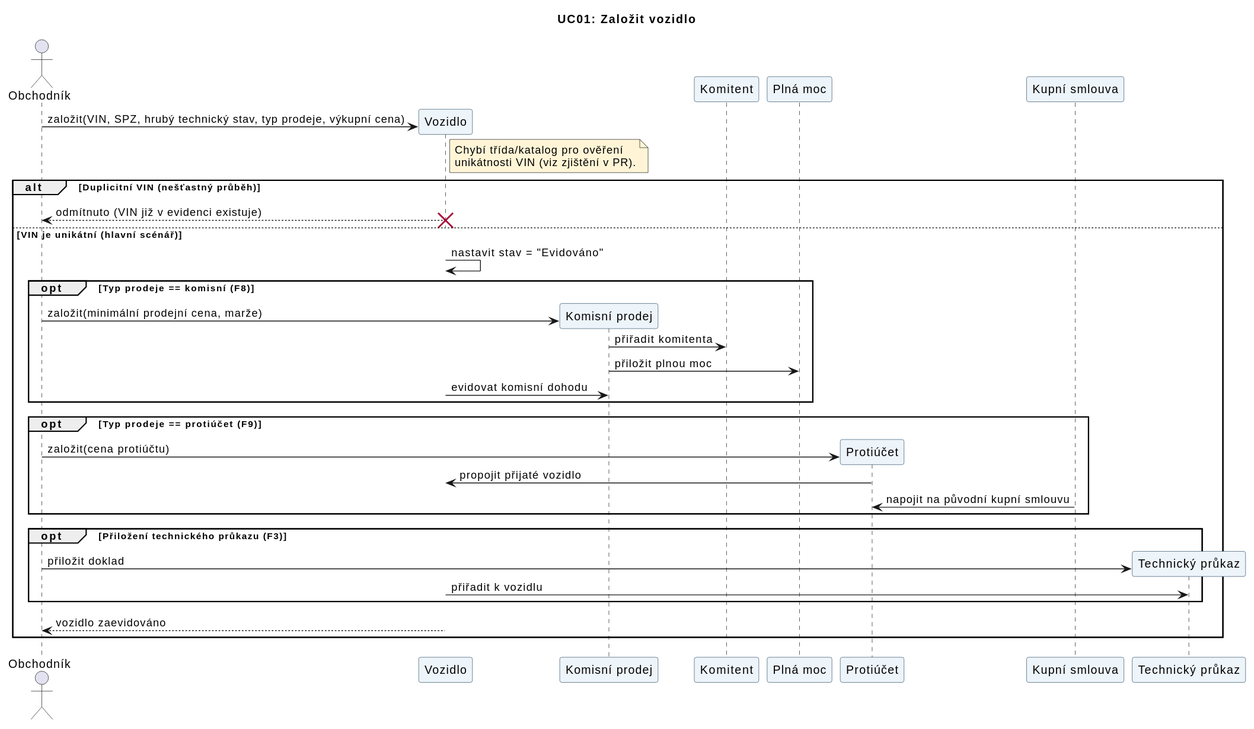
Above: diagrams/seq-uc01-zalozit-vozidlo.svg in Svoby25/is_autobazar (PlantUML), before the change.
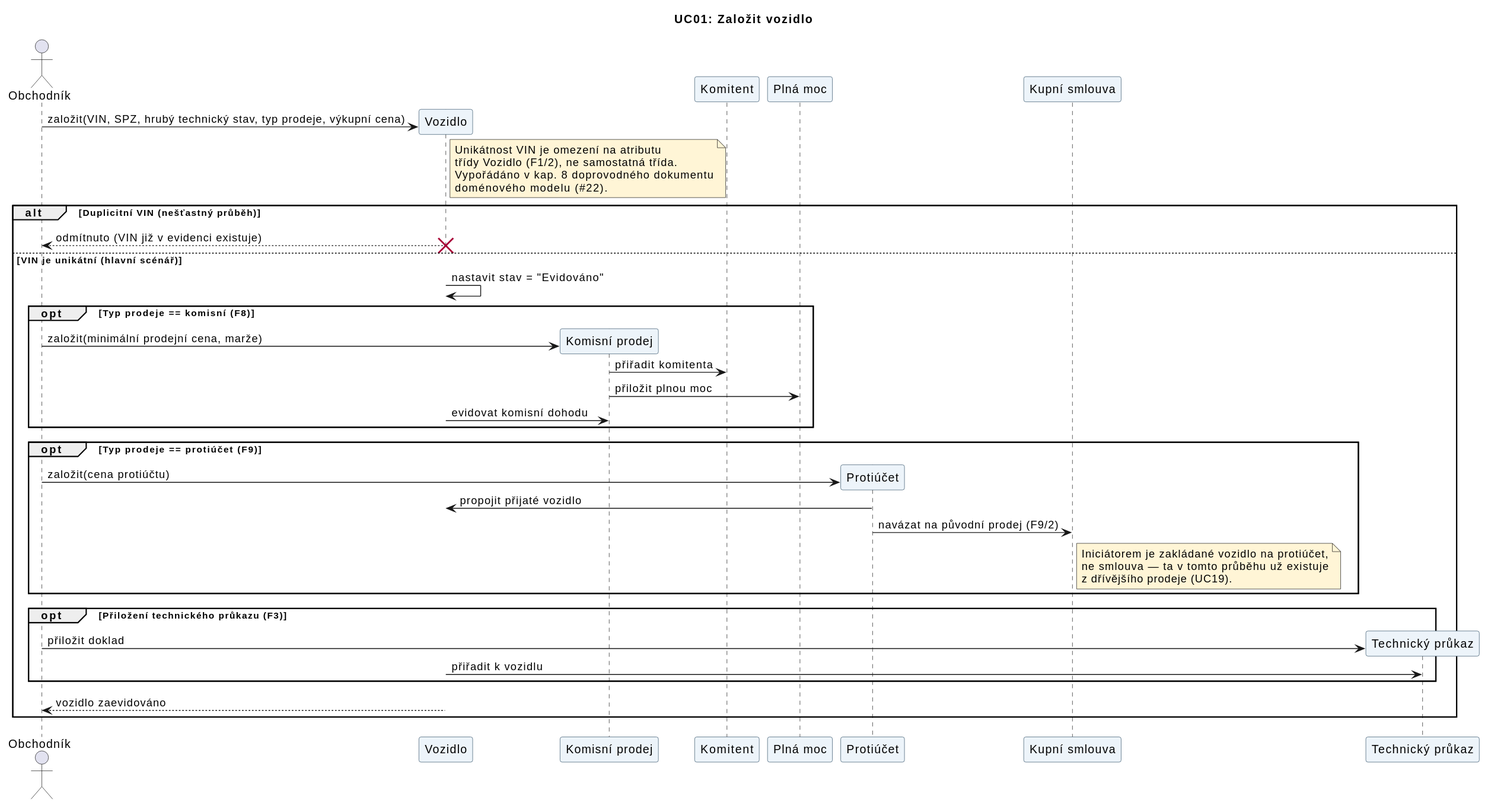
The same file after the commit.

Commit message:
Vypořádány nálezy ze sekvenčních diagramů (#22)

Diff of the diagram source:
```diff
@@ -17,8 +17,10 @@
 
 O -> V ** : založit(VIN, SPZ, hrubý technický stav, typ prodeje, výkupní cena)
 note right of V
-  Chybí třída/katalog pro ověření
-  unikátnosti VIN (viz zjištění v PR).
+  Unikátnost VIN je omezení na atributu
+  třídy Vozidlo (F1/2), ne samostatná třída.
+  Vypořádáno v kap. 8 doprovodného dokumentu
+  doménového modelu (#22).
 end note
 
 alt Duplicitní VIN (nešťastný průběh)
@@ -37,7 +39,12 @@
   opt Typ prodeje == protiúčet (F9)
     O -> PR ** : založit(cena protiúčtu)
     PR -> V : propojit přijaté vozidlo
-    S -> PR : napojit na původní kupní smlouvu
+    PR -> S : navázat na původní prodej (F9/2)
+    note right of S
+      Iniciátorem je zakládané vozidlo na protiúčet,
+      ne smlouva — ta v tomto průběhu už existuje
+      z dřívějšího prodeje (UC19).
+    end note
   end
 
   opt Přiložení technického průkazu (F3)
```
